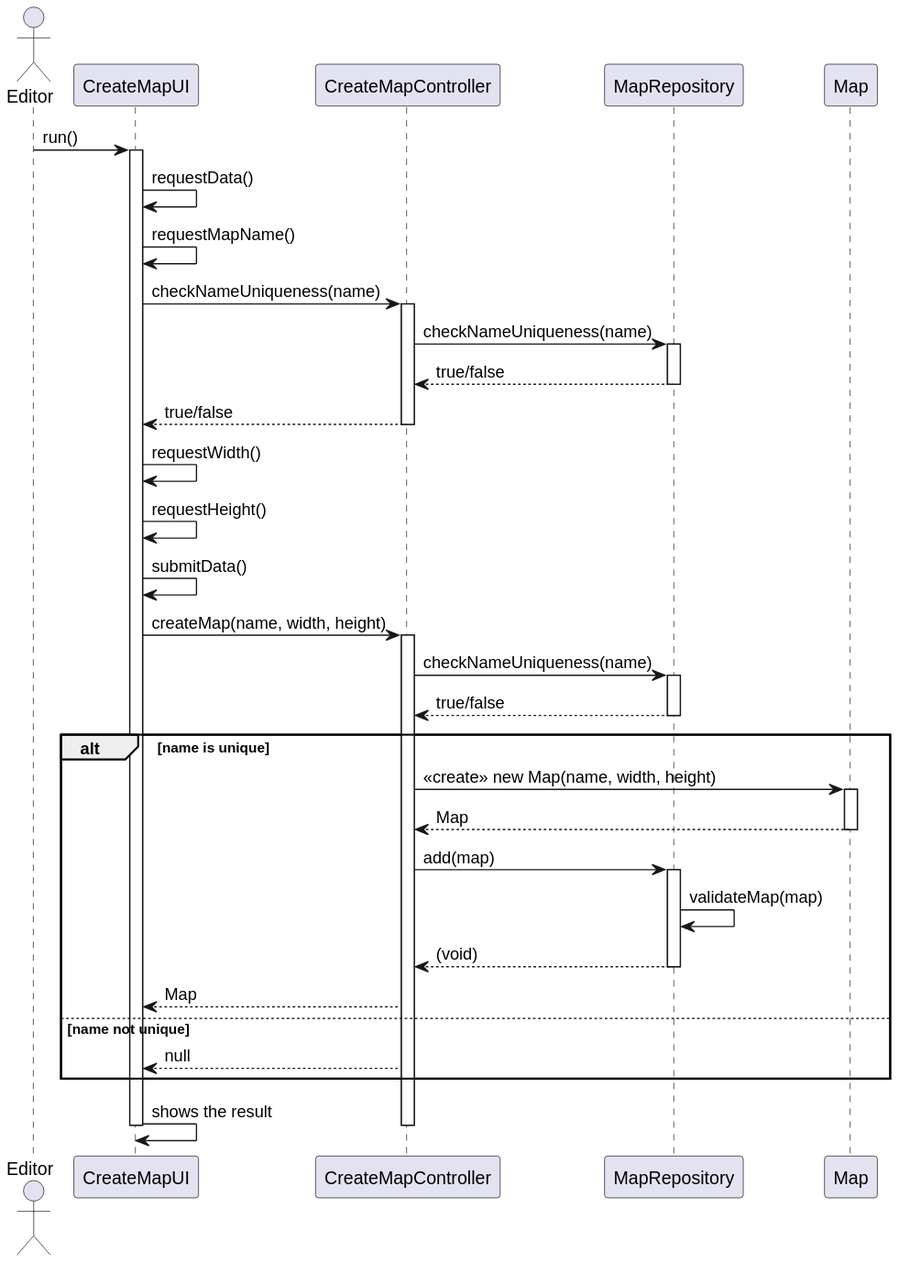
goncalolopesp/sem2-pi-24.25-g093-repo keeps this PlantUML diagram as docs/system-documentation/US001/03.design/svg/US001-SD.svg. Above is the earlier version. The source it was exported from:
```plantuml
@startuml
actor User as "Editor"
participant "CreateMapUI" as UI
participant "CreateMapController" as Controller
participant "MapRepository" as Repo
participant "Map" as MapClass

User -> UI : run()
activate UI

UI -> UI : requestData()
UI -> UI : requestMapName()
UI -> Controller : checkNameUniqueness(name)
activate Controller
Controller -> Repo : checkNameUniqueness(name)
activate Repo
Repo --> Controller : true/false
deactivate Repo
Controller --> UI : true/false
deactivate Controller
UI -> UI : requestWidth()
UI -> UI : requestHeight()

UI -> UI : submitData()
UI -> Controller : createMap(name, width, height)
activate Controller

Controller -> Repo : checkNameUniqueness(name)
activate Repo
Repo --> Controller : true/false
deactivate Repo

alt name is unique
    Controller -> MapClass : <<create>> new Map(name, width, height)
    activate MapClass
    MapClass --> Controller : Map
    deactivate MapClass

    Controller -> Repo : add(map)
    activate Repo
    Repo -> Repo : validateMap(map)
    Repo --> Controller : (void)
    deactivate Repo

    Controller --> UI : Map
else name not unique
    Controller --> UI : null
end

UI -> UI : shows the result
deactivate Controller
deactivate UI
@enduml
```
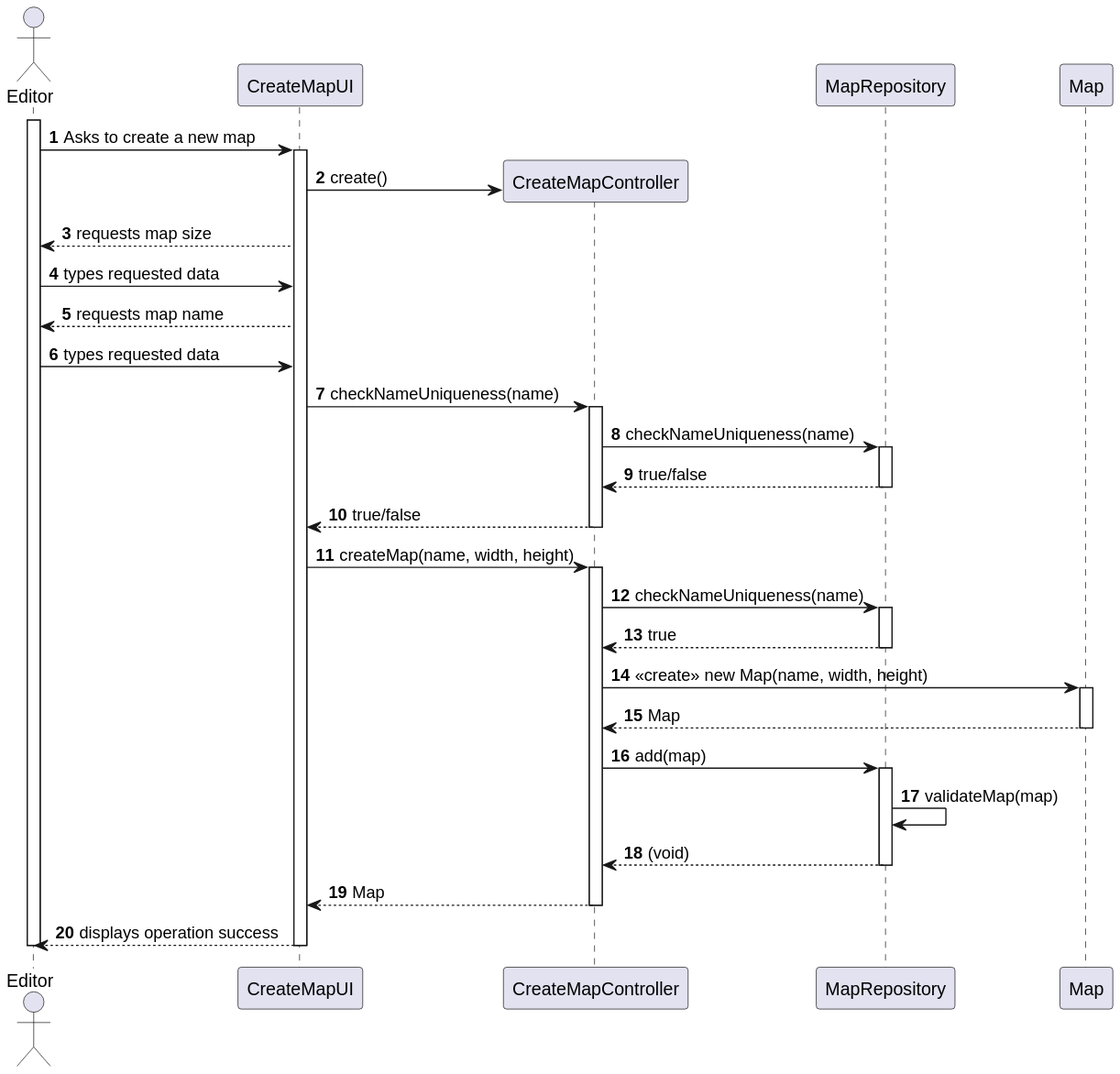
The same diagram one commit later.

Diff of the diagram source:
```diff
@@ -1,15 +1,21 @@
 @startuml
 actor User as "Editor"
+autonumber
 participant "CreateMapUI" as UI
 participant "CreateMapController" as Controller
 participant "MapRepository" as Repo
 participant "Map" as MapClass
 
-User -> UI : run()
+
+activate User
+User -> UI : Asks to create a new map
 activate UI
 
-UI -> UI : requestData()
-UI -> UI : requestMapName()
+UI -> Controller** : create()
+UI --> User : requests map size
+User -> UI : types requested data
+UI --> User : requests map name
+User -> UI : types requested data
 UI -> Controller : checkNameUniqueness(name)
 activate Controller
 Controller -> Repo : checkNameUniqueness(name)
@@ -18,36 +24,30 @@
 deactivate Repo
 Controller --> UI : true/false
 deactivate Controller
-UI -> UI : requestWidth()
-UI -> UI : requestHeight()
 
-UI -> UI : submitData()
 UI -> Controller : createMap(name, width, height)
 activate Controller
 
 Controller -> Repo : checkNameUniqueness(name)
 activate Repo
-Repo --> Controller : true/false
+Repo --> Controller : true
 deactivate Repo
 
-alt name is unique
-    Controller -> MapClass : <<create>> new Map(name, width, height)
-    activate MapClass
-    MapClass --> Controller : Map
-    deactivate MapClass
+Controller -> MapClass : <<create>> new Map(name, width, height)
+activate MapClass
+MapClass --> Controller : Map
+deactivate MapClass
 
-    Controller -> Repo : add(map)
-    activate Repo
-    Repo -> Repo : validateMap(map)
-    Repo --> Controller : (void)
-    deactivate Repo
+Controller -> Repo : add(map)
+activate Repo
+Repo -> Repo : validateMap(map)
+Repo --> Controller : (void)
+deactivate Repo
 
-    Controller --> UI : Map
-else name not unique
-    Controller --> UI : null
-end
+Controller --> UI : Map
+deactivate Controller
 
-UI -> UI : shows the result
-deactivate Controller
+UI --> User : displays operation success
 deactivate UI
+deactivate User
 @enduml
```
